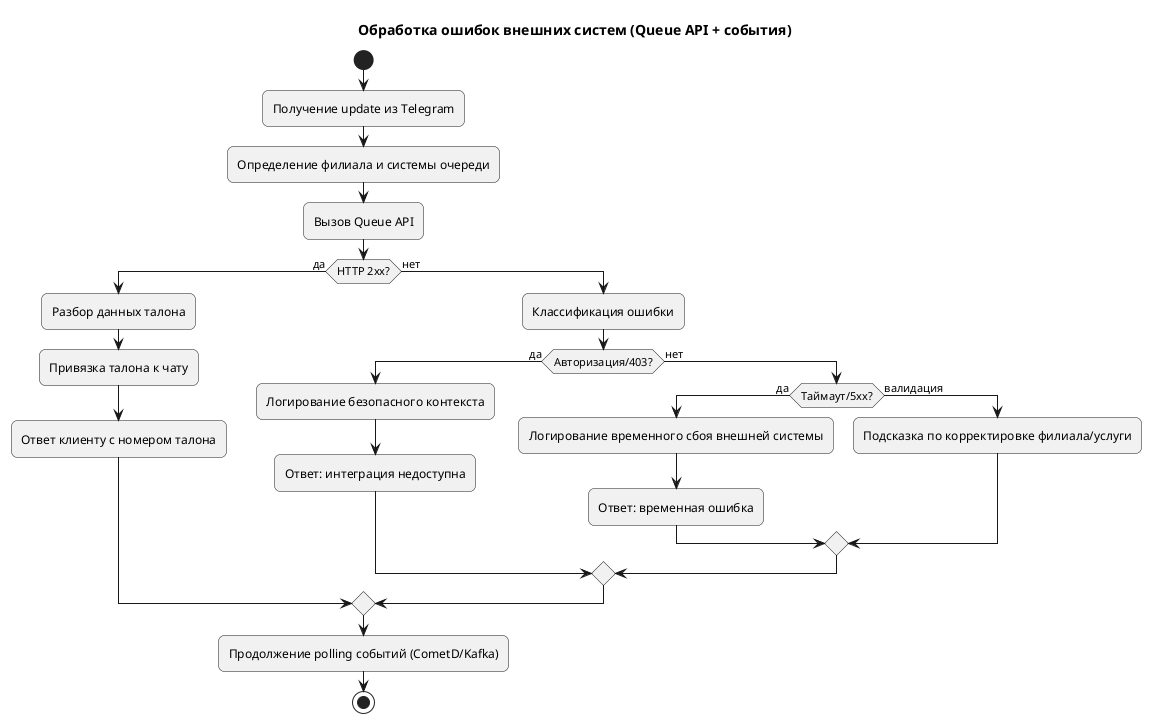
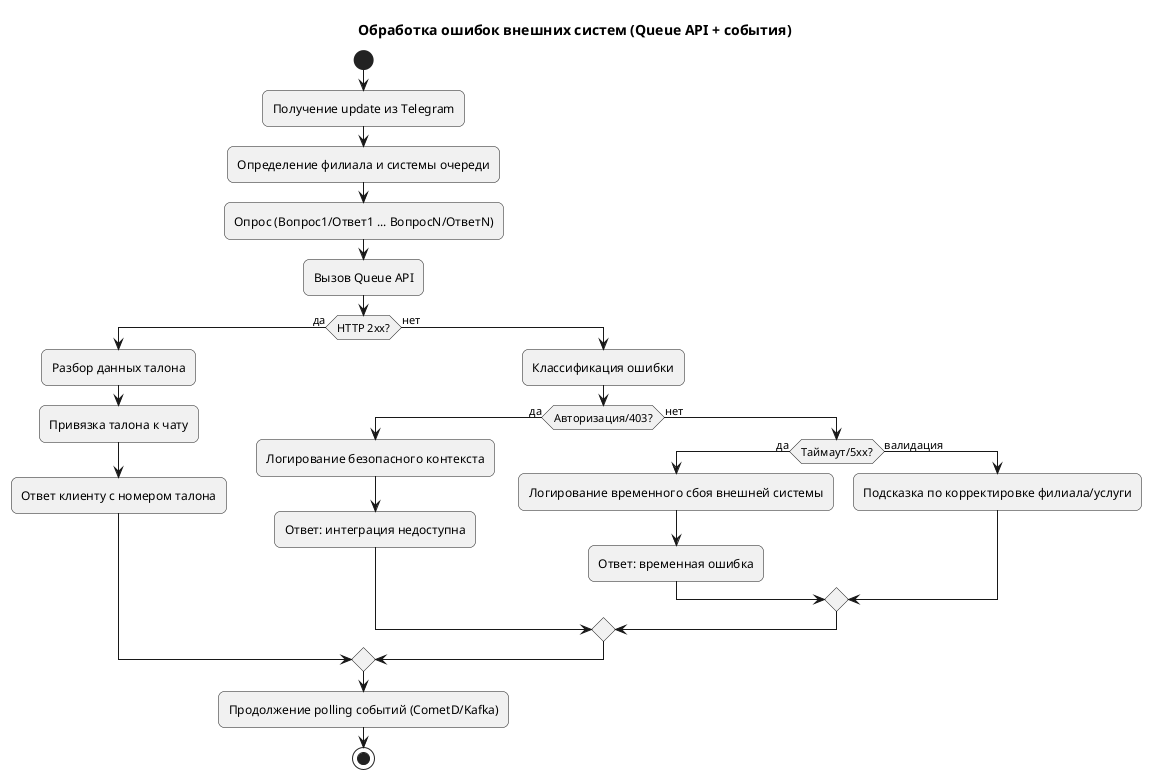
@startuml
skinparam backgroundColor #FFFFFF
skinparam shadowing false
skinparam roundcorner 12
title Обработка ошибок внешних систем (Queue API + события)
start
:Получение update из Telegram;
:Определение филиала и системы очереди;
+ :Опрос (Вопрос1/Ответ1 ... ВопросN/ОтветN);
:Вызов Queue API;
if (HTTP 2xx?) then (да)
  :Разбор данных талона;
  :Привязка талона к чату;
  :Ответ клиенту с номером талона;
else (нет)
  :Классификация ошибки;
  if (Авторизация/403?) then (да)
    :Логирование безопасного контекста;
    :Ответ: интеграция недоступна;
  else (нет)
    if (Таймаут/5xx?) then (да)
      :Логирование временного сбоя внешней системы;
      :Ответ: временная ошибка;
    else (валидация)
      :Подсказка по корректировке филиала/услуги;
    endif
  endif
endif
:Продолжение polling событий (CometD/Kafka);
stop
@enduml
